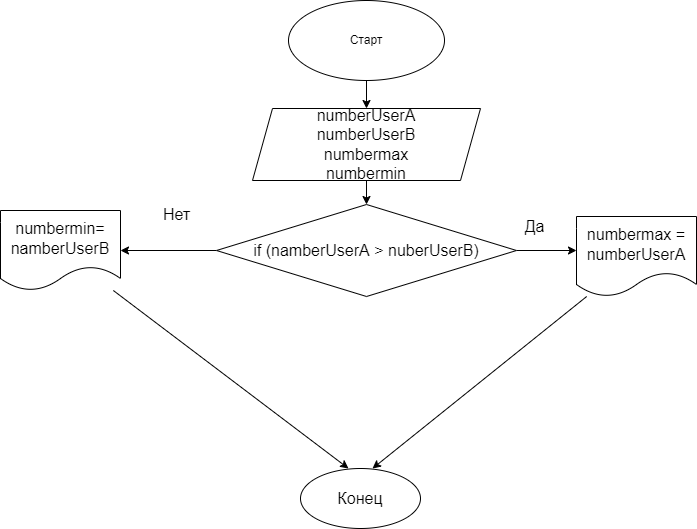
Above: homework-lesson1.drawio.png in Lyubomir591/Homevork-lesson1 (draw.io), before the change. Source tidied: cells renumbered, new cells last; positions are measured from the earlier drawing's top-left corner, leaving out a move shared by most shapes.
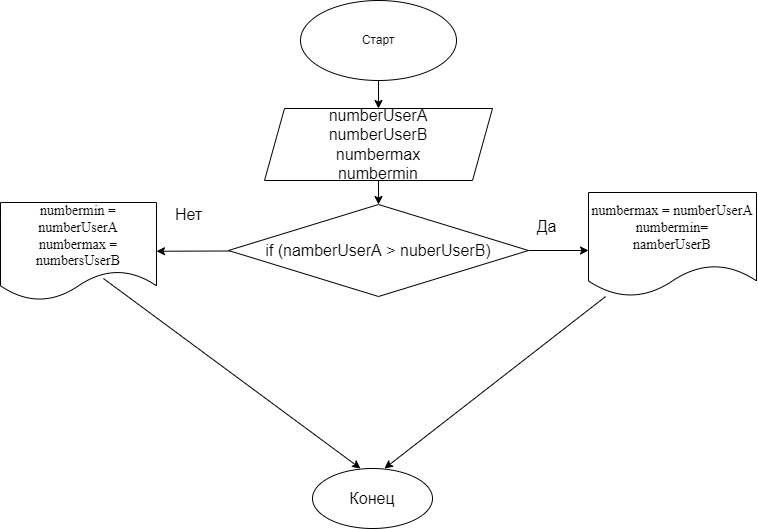
The same diagram one commit later.

Commit message:
Логика подкорректированна

Change to the diagram source:
```diff
@@ -33,16 +33,16 @@
         <mxPoint x="372" y="468" as="targetPoint" />
       </mxGeometry>
     </mxCell>
-    <mxCell id="11" value="numbermax = numberUserA" style="shape=document;whiteSpace=wrap;html=1;boundedLbl=1;fontSize=16;" parent="1" vertex="1">
-      <mxGeometry x="576" y="216" width="120" height="80" as="geometry" />
+    <mxCell id="11" value="numbermax = numberUserA&lt;br style=&quot;font-size: 14px;&quot;&gt;numbermin=&lt;br style=&quot;font-size: 14px;&quot;&gt;namberUserB" style="shape=document;whiteSpace=wrap;html=1;boundedLbl=1;fontSize=14;fontFamily=Times New Roman;" parent="1" vertex="1">
+      <mxGeometry x="576" y="192" width="168" height="104" as="geometry" />
     </mxCell>
-    <mxCell id="12" style="edgeStyle=none;html=1;fontSize=16;" parent="1" edge="1" source="13">
+    <mxCell id="12" style="edgeStyle=none;html=1;fontSize=16;exitX=0.66;exitY=0.776;exitDx=0;exitDy=0;exitPerimeter=0;" parent="1" edge="1" source="13">
       <mxGeometry relative="1" as="geometry">
         <mxPoint x="348" y="468" as="targetPoint" />
       </mxGeometry>
     </mxCell>
-    <mxCell id="13" value="numbermin=&lt;br&gt;namberUserB" style="shape=document;whiteSpace=wrap;html=1;boundedLbl=1;fontSize=16;" parent="1" vertex="1">
-      <mxGeometry y="210" width="120" height="80" as="geometry" />
+    <mxCell id="13" value="numbermin =&lt;br style=&quot;font-size: 14px&quot;&gt;numberUserA&lt;br style=&quot;font-size: 14px&quot;&gt;numbermax =&lt;br style=&quot;font-size: 14px&quot;&gt;numbersUserB" style="shape=document;whiteSpace=wrap;html=1;boundedLbl=1;fontSize=14;fontFamily=Times New Roman;" parent="1" vertex="1">
+      <mxGeometry x="-12" y="202" width="156" height="98" as="geometry" />
     </mxCell>
     <mxCell id="14" value="Нет" style="text;html=1;align=center;verticalAlign=middle;strokeColor=none;fillColor=none;fontSize=16;" parent="1" vertex="1">
       <mxGeometry x="152" y="202" width="48" height="24" as="geometry" />
```
